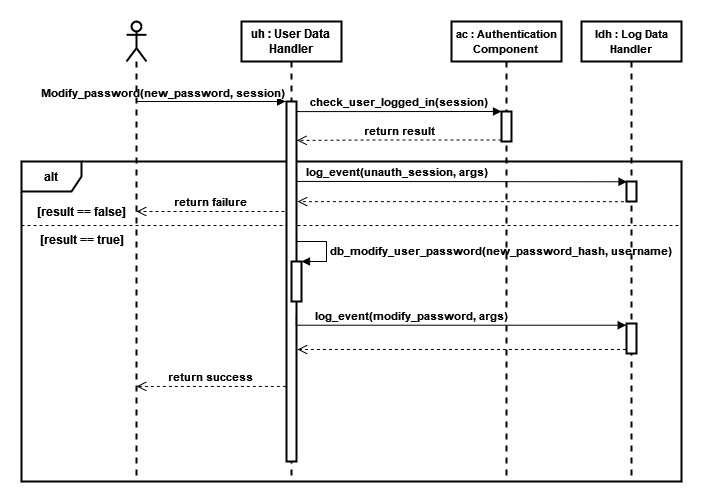
Above: Documentation/Sequence diagrams/Sequence_Modify_UserPassword.png in nemkrisz11/Computer-Security-Homework-2021-SHAjt (draw.io), before the change. Source tidied: cells renumbered, new cells last; positions are measured from the earlier drawing's top-left corner, leaving out a move shared by most shapes.
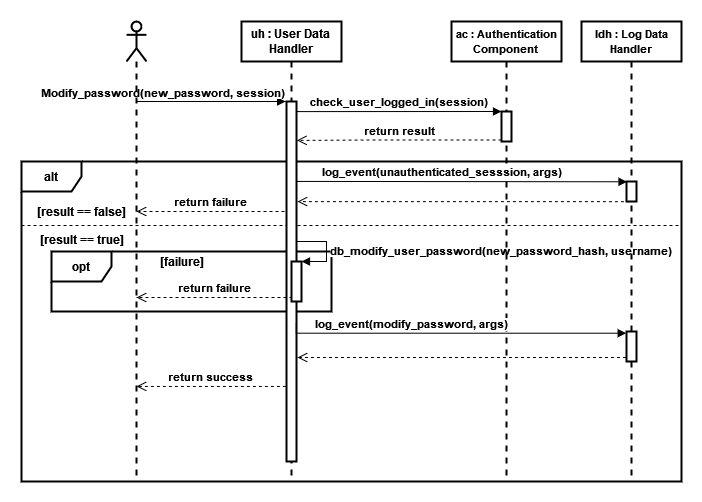
The same file after the commit.

What changed in the source:
```diff
@@ -2,6 +2,9 @@
   <root>
     <mxCell id="0" />
     <mxCell id="1" parent="0" />
+    <mxCell id="26" value="&lt;b&gt;opt&lt;/b&gt;" style="shape=umlFrame;whiteSpace=wrap;html=1;strokeWidth=2;" parent="1" vertex="1">
+      <mxGeometry x="30" y="230" width="280" height="60" as="geometry" />
+    </mxCell>
     <mxCell id="2" value="&lt;b&gt;alt&lt;/b&gt;" style="shape=umlFrame;whiteSpace=wrap;html=1;strokeWidth=2;" parent="1" vertex="1">
       <mxGeometry y="140" width="660" height="320" as="geometry" />
     </mxCell>
@@ -81,24 +84,24 @@
       <mxGeometry x="560" width="100" height="460" as="geometry" />
     </mxCell>
     <mxCell id="19" style="html=1;points=[];perimeter=orthogonalPerimeter;strokeWidth=2;" parent="18" vertex="1">
-      <mxGeometry x="45" y="302" width="10" height="30" as="geometry" />
+      <mxGeometry x="45" y="310" width="10" height="30" as="geometry" />
     </mxCell>
     <mxCell id="20" style="html=1;points=[];perimeter=orthogonalPerimeter;fontSize=11;strokeWidth=2;" parent="18" vertex="1">
       <mxGeometry x="45" y="160" width="10" height="20" as="geometry" />
     </mxCell>
     <mxCell id="21" value="&lt;b&gt;log_event(&lt;font style=&quot;font-size: 11px&quot;&gt;modify_password&lt;/font&gt;, args)&lt;/b&gt;" style="html=1;verticalAlign=bottom;endArrow=block;rounded=0;edgeStyle=orthogonalEdgeStyle;entryX=-0.031;entryY=0.057;entryDx=0;entryDy=0;entryPerimeter=0;exitX=0.983;exitY=0.863;exitDx=0;exitDy=0;exitPerimeter=0;strokeWidth=1;" parent="1" edge="1" target="19">
       <mxGeometry x="-0.26" relative="1" as="geometry">
-        <mxPoint x="274.8" y="292.7" as="sourcePoint" />
+        <mxPoint x="274.8" y="300.7" as="sourcePoint" />
         <Array as="points">
-          <mxPoint x="275" y="304" />
+          <mxPoint x="275" y="312" />
         </Array>
       </mxGeometry>
     </mxCell>
     <mxCell id="22" style="html=1;verticalAlign=bottom;endArrow=open;dashed=1;endSize=8;rounded=0;edgeStyle=orthogonalEdgeStyle;exitX=-0.057;exitY=0.871;exitDx=0;exitDy=0;exitPerimeter=0;strokeWidth=1;" parent="1" edge="1" source="19">
       <mxGeometry relative="1" as="geometry">
-        <mxPoint x="276" y="328" as="targetPoint" />
+        <mxPoint x="276" y="336" as="targetPoint" />
         <Array as="points">
-          <mxPoint x="276" y="328" />
+          <mxPoint x="276" y="336" />
         </Array>
       </mxGeometry>
     </mxCell>
@@ -112,8 +115,8 @@
         </Array>
       </mxGeometry>
     </mxCell>
-    <mxCell id="24" value="&lt;b&gt;log_event(unauth_session, args)&lt;/b&gt;" style="html=1;verticalAlign=bottom;endArrow=block;rounded=0;fontSize=11;strokeWidth=1;entryX=0.051;entryY=0.014;entryDx=0;entryDy=0;entryPerimeter=0;exitX=1.002;exitY=0.222;exitDx=0;exitDy=0;exitPerimeter=0;edgeStyle=orthogonalEdgeStyle;" parent="1" edge="1" source="8" target="20">
-      <mxGeometry x="-0.39" relative="1" as="geometry">
+    <mxCell id="24" value="&lt;b&gt;log_event(&lt;font style=&quot;font-size: 11px&quot;&gt;unauthenticated_sesssion&lt;/font&gt;, args)&lt;/b&gt;" style="html=1;verticalAlign=bottom;endArrow=block;rounded=0;fontSize=11;strokeWidth=1;entryX=0.051;entryY=0.014;entryDx=0;entryDy=0;entryPerimeter=0;exitX=1.002;exitY=0.222;exitDx=0;exitDy=0;exitPerimeter=0;edgeStyle=orthogonalEdgeStyle;" parent="1" edge="1" source="8" target="20">
+      <mxGeometry x="-0.12" relative="1" as="geometry">
         <Array as="points">
           <mxPoint x="276" y="160" />
         </Array>
@@ -124,5 +127,16 @@
         <mxPoint x="608.4" y="180.1" as="sourcePoint" />
       </mxGeometry>
     </mxCell>
+    <mxCell id="27" value="&lt;b&gt;[failure]&lt;/b&gt;" style="text;html=1;align=center;verticalAlign=middle;strokeColor=none;fillColor=none;" parent="1" vertex="1">
+      <mxGeometry x="130" y="230" width="60" height="20" as="geometry" />
+    </mxCell>
+    <mxCell id="28" value="&lt;b&gt;return failure&lt;br&gt;&lt;/b&gt;" style="html=1;verticalAlign=bottom;endArrow=open;dashed=1;endSize=8;rounded=0;edgeStyle=orthogonalEdgeStyle;strokeWidth=1;exitX=0;exitY=0.925;exitDx=0;exitDy=0;exitPerimeter=0;" parent="1" edge="1" source="9">
+      <mxGeometry relative="1" as="geometry">
+        <mxPoint x="115" y="276" as="targetPoint" />
+        <Array as="points">
+          <mxPoint x="270" y="276" />
+        </Array>
+      </mxGeometry>
+    </mxCell>
   </root>
 </mxGraphModel>
```
